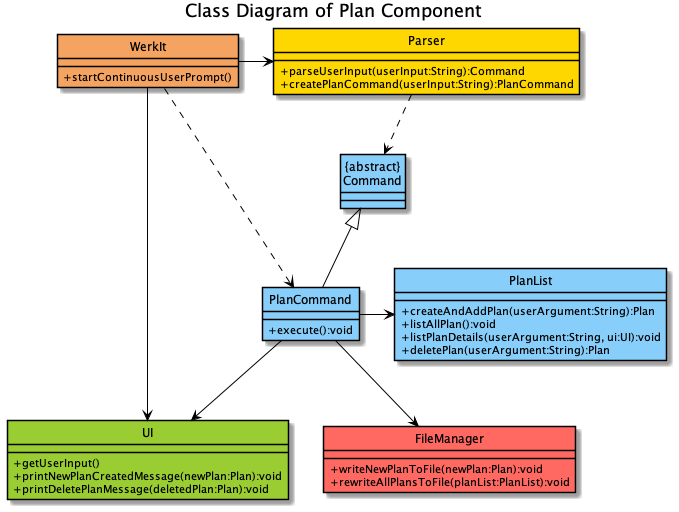
This is docs/uml/classDiagrams/images/PlanRelatedFeatures.png from nus-cs2113-AY2122S2/tp, a PlantUML export, as it was before one commit.
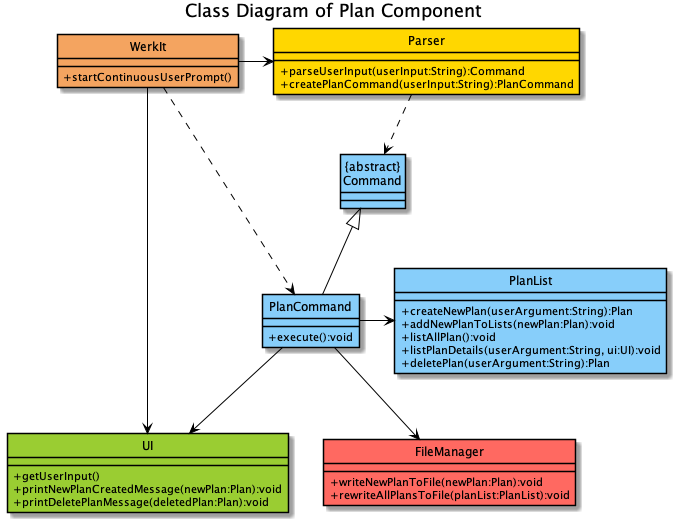
After the change.

Commit message:
Change the class diagram for plan related feature based on the newest code

Change to the diagram source:
```diff
@@ -22,7 +22,8 @@
 }
 
 class PlanList COLOR_LOGIC {
-+ createAndAddPlan(userArgument:String):Plan
++ createNewPlan(userArgument:String):Plan
++ addNewPlanToLists(newPlan:Plan):void
 + listAllPlan():void
 + listPlanDetails(userArgument:String, ui:UI):void
 + deletePlan(userArgument:String):Plan
```
